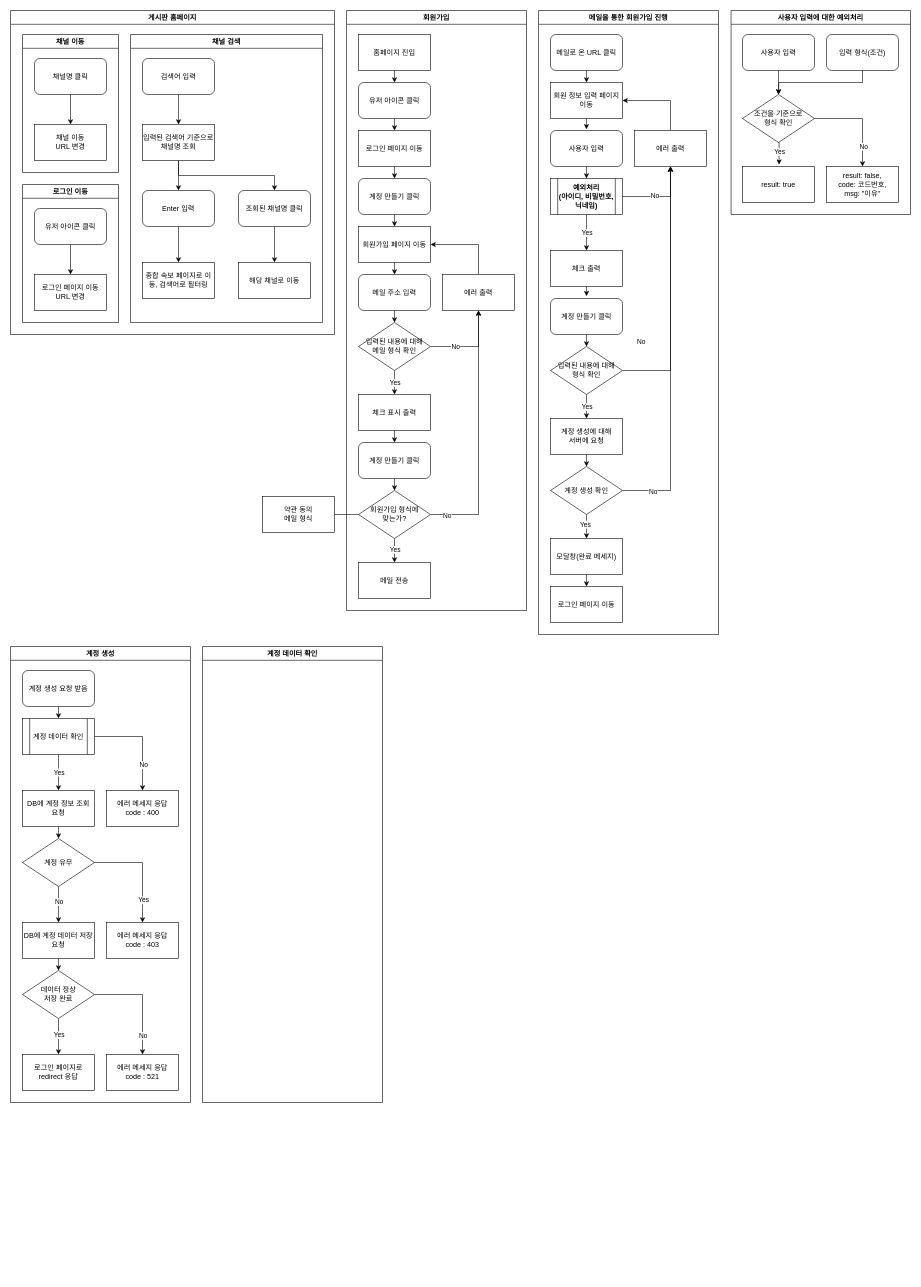
This is 16.plan/240607/Flow Chart.drawio from KyungHoonJ/AWS-1, a draw.io file, before an edit. Source tidied: cells renumbered, new cells numbered last; positions are measured from the earlier drawing's top-left corner, leaving out a move shared by most shapes. Both pictures are drawn from the tidied source at 60%, with x=0, y=0 at pixel (10, 10).
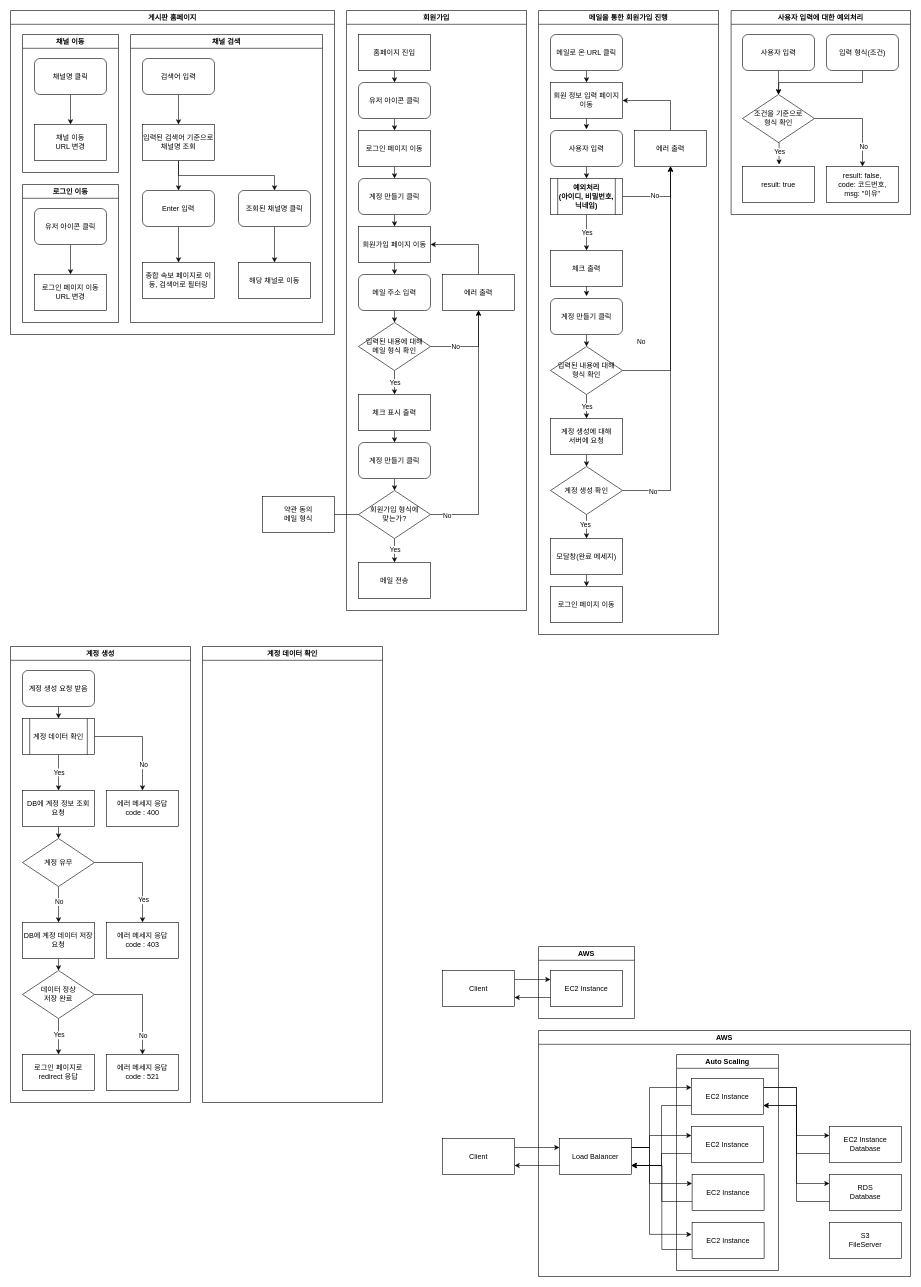
Above is the later version.

Diff of the diagram source:
```diff
@@
+    <mxCell id="127" value="AWS" style="swimlane;whiteSpace=wrap;html=1;" parent="1" vertex="1">
+      <mxGeometry x="880" y="1560" width="160" height="120" as="geometry" />
+    </mxCell>
+    <mxCell id="128" value="EC2 Instance" style="rounded=0;whiteSpace=wrap;html=1;" parent="127" vertex="1">
+      <mxGeometry x="20" y="40" width="120" height="60" as="geometry" />
+    </mxCell>
+    <mxCell id="129" style="edgeStyle=orthogonalEdgeStyle;rounded=0;jettySize=auto;html=1;exitX=1;exitY=0.25;exitDx=0;exitDy=0;entryX=0;entryY=0.25;entryDx=0;entryDy=0;" parent="1" edge="1" source="130" target="128">
+      <mxGeometry relative="1" as="geometry" />
+    </mxCell>
+    <mxCell id="130" value="Client" style="rounded=0;whiteSpace=wrap;html=1;" parent="1" vertex="1">
+      <mxGeometry x="720" y="1600" width="120" height="60" as="geometry" />
+    </mxCell>
+    <mxCell id="131" style="edgeStyle=orthogonalEdgeStyle;rounded=0;jettySize=auto;html=1;exitX=0;exitY=0.75;exitDx=0;exitDy=0;entryX=1;entryY=0.75;entryDx=0;entryDy=0;" parent="1" edge="1" source="128" target="130">
+      <mxGeometry relative="1" as="geometry" />
+    </mxCell>
+    <mxCell id="132" value="AWS" style="swimlane;whiteSpace=wrap;html=1;" parent="1" vertex="1">
+      <mxGeometry x="880" y="1700" width="620" height="410" as="geometry" />
+    </mxCell>
+    <mxCell id="133" style="edgeStyle=orthogonalEdgeStyle;rounded=0;jettySize=auto;html=1;exitX=1;exitY=0.25;exitDx=0;exitDy=0;entryX=0;entryY=0.25;entryDx=0;entryDy=0;" parent="132" edge="1" source="136" target="138">
+      <mxGeometry relative="1" as="geometry" />
+    </mxCell>
+    <mxCell id="134" style="edgeStyle=orthogonalEdgeStyle;rounded=0;jettySize=auto;html=1;exitX=1;exitY=0.25;exitDx=0;exitDy=0;entryX=0;entryY=0.25;entryDx=0;entryDy=0;" parent="132" edge="1" source="136" target="140">
+      <mxGeometry relative="1" as="geometry" />
+    </mxCell>
+    <mxCell id="135" style="edgeStyle=orthogonalEdgeStyle;rounded=0;jettySize=auto;html=1;exitX=0;exitY=0.75;exitDx=0;exitDy=0;entryX=1;entryY=0.75;entryDx=0;entryDy=0;" parent="132" edge="1" source="136" target="150">
+      <mxGeometry relative="1" as="geometry" />
+    </mxCell>
+    <mxCell id="136" value="EC2 Instance" style="rounded=0;whiteSpace=wrap;html=1;" parent="132" vertex="1">
+      <mxGeometry x="255" y="80" width="120" height="60" as="geometry" />
+    </mxCell>
+    <mxCell id="137" style="edgeStyle=orthogonalEdgeStyle;rounded=0;jettySize=auto;html=1;exitX=0;exitY=0.75;exitDx=0;exitDy=0;entryX=1;entryY=0.75;entryDx=0;entryDy=0;" parent="132" edge="1" source="138" target="136">
+      <mxGeometry relative="1" as="geometry" />
+    </mxCell>
+    <mxCell id="138" value="&lt;div&gt;EC2 Instance&lt;/div&gt;Database" style="rounded=0;whiteSpace=wrap;html=1;" parent="132" vertex="1">
+      <mxGeometry x="485" y="160" width="120" height="60" as="geometry" />
+    </mxCell>
+    <mxCell id="139" style="edgeStyle=orthogonalEdgeStyle;rounded=0;jettySize=auto;html=1;exitX=0;exitY=0.75;exitDx=0;exitDy=0;entryX=1;entryY=0.75;entryDx=0;entryDy=0;" parent="132" edge="1" source="140" target="136">
+      <mxGeometry relative="1" as="geometry" />
+    </mxCell>
+    <mxCell id="140" value="&lt;div&gt;RDS&lt;/div&gt;Database" style="rounded=0;whiteSpace=wrap;html=1;" parent="132" vertex="1">
+      <mxGeometry x="485" y="240" width="120" height="60" as="geometry" />
+    </mxCell>
+    <mxCell id="141" style="edgeStyle=orthogonalEdgeStyle;rounded=0;jettySize=auto;html=1;exitX=0;exitY=0.75;exitDx=0;exitDy=0;entryX=1;entryY=0.75;entryDx=0;entryDy=0;" parent="132" edge="1" source="142" target="150">
+      <mxGeometry relative="1" as="geometry" />
+    </mxCell>
+    <mxCell id="142" value="EC2 Instance" style="rounded=0;whiteSpace=wrap;html=1;" parent="132" vertex="1">
+      <mxGeometry x="255" y="160" width="120" height="60" as="geometry" />
+    </mxCell>
+    <mxCell id="143" style="edgeStyle=orthogonalEdgeStyle;rounded=0;jettySize=auto;html=1;exitX=0;exitY=0.75;exitDx=0;exitDy=0;entryX=1;entryY=0.75;entryDx=0;entryDy=0;" parent="132" edge="1" source="144" target="150">
+      <mxGeometry relative="1" as="geometry" />
+    </mxCell>
+    <mxCell id="144" value="EC2 Instance" style="rounded=0;whiteSpace=wrap;html=1;" parent="132" vertex="1">
+      <mxGeometry x="256" y="240" width="120" height="60" as="geometry" />
+    </mxCell>
+    <mxCell id="145" style="edgeStyle=orthogonalEdgeStyle;rounded=0;jettySize=auto;html=1;exitX=0;exitY=0.75;exitDx=0;exitDy=0;entryX=1;entryY=0.75;entryDx=0;entryDy=0;" parent="132" edge="1" source="146" target="150">
+      <mxGeometry relative="1" as="geometry" />
+    </mxCell>
+    <mxCell id="146" value="EC2 Instance" style="rounded=0;whiteSpace=wrap;html=1;" parent="132" vertex="1">
+      <mxGeometry x="256" y="320" width="120" height="60" as="geometry" />
+    </mxCell>
+    <mxCell id="147" style="edgeStyle=orthogonalEdgeStyle;rounded=0;jettySize=auto;html=1;exitX=1;exitY=0.25;exitDx=0;exitDy=0;entryX=0;entryY=0.25;entryDx=0;entryDy=0;" parent="132" edge="1" source="150" target="136">
+      <mxGeometry relative="1" as="geometry">
+        <Array as="points">
+          <mxPoint x="185" y="195" />
+          <mxPoint x="185" y="95" />
+        </Array>
+      </mxGeometry>
+    </mxCell>
+    <mxCell id="148" style="edgeStyle=orthogonalEdgeStyle;rounded=0;jettySize=auto;html=1;exitX=1;exitY=0.25;exitDx=0;exitDy=0;entryX=0;entryY=0.25;entryDx=0;entryDy=0;" parent="132" edge="1" source="150" target="142">
+      <mxGeometry relative="1" as="geometry">
+        <Array as="points">
+          <mxPoint x="185" y="195" />
+          <mxPoint x="185" y="175" />
+        </Array>
+      </mxGeometry>
+    </mxCell>
+    <mxCell id="149" style="edgeStyle=orthogonalEdgeStyle;rounded=0;jettySize=auto;html=1;exitX=1;exitY=0.25;exitDx=0;exitDy=0;entryX=0;entryY=0.25;entryDx=0;entryDy=0;" parent="132" edge="1" source="150" target="144">
+      <mxGeometry relative="1" as="geometry">
+        <Array as="points">
+          <mxPoint x="185" y="195" />
+          <mxPoint x="185" y="255" />
+        </Array>
+      </mxGeometry>
+    </mxCell>
+    <mxCell id="150" value="Load Balancer" style="rounded=0;whiteSpace=wrap;html=1;" parent="132" vertex="1">
+      <mxGeometry x="35" y="180" width="120" height="60" as="geometry" />
+    </mxCell>
+    <mxCell id="151" style="edgeStyle=orthogonalEdgeStyle;rounded=0;jettySize=auto;html=1;exitX=1;exitY=0.25;exitDx=0;exitDy=0;entryX=-0.007;entryY=0.33;entryDx=0;entryDy=0;entryPerimeter=0;" parent="132" edge="1" source="150" target="146">
+      <mxGeometry relative="1" as="geometry">
+        <Array as="points">
+          <mxPoint x="185" y="195" />
+          <mxPoint x="185" y="340" />
+        </Array>
+      </mxGeometry>
+    </mxCell>
+    <mxCell id="152" value="Auto Scaling" style="swimlane;whiteSpace=wrap;html=1;" parent="132" vertex="1">
+      <mxGeometry x="230" y="40" width="170" height="360" as="geometry" />
+    </mxCell>
+    <mxCell id="153" value="S3&lt;div&gt;&lt;/div&gt;&lt;div&gt;FileServer&lt;/div&gt;" style="rounded=0;whiteSpace=wrap;html=1;" parent="132" vertex="1">
+      <mxGeometry x="485" y="320" width="120" height="60" as="geometry" />
+    </mxCell>
+    <mxCell id="154" style="edgeStyle=orthogonalEdgeStyle;rounded=0;jettySize=auto;html=1;exitX=1;exitY=0.25;exitDx=0;exitDy=0;entryX=0;entryY=0.25;entryDx=0;entryDy=0;" parent="1" edge="1" source="155" target="150">
+      <mxGeometry relative="1" as="geometry" />
+    </mxCell>
+    <mxCell id="155" value="Client" style="rounded=0;whiteSpace=wrap;html=1;" parent="1" vertex="1">
+      <mxGeometry x="720" y="1880" width="120" height="60" as="geometry" />
+    </mxCell>
+    <mxCell id="156" style="edgeStyle=orthogonalEdgeStyle;rounded=0;jettySize=auto;html=1;exitX=0;exitY=0.75;exitDx=0;exitDy=0;entryX=1;entryY=0.75;entryDx=0;entryDy=0;" parent="1" edge="1" source="150" target="155">
+      <mxGeometry relative="1" as="geometry" />
+    </mxCell>
```
